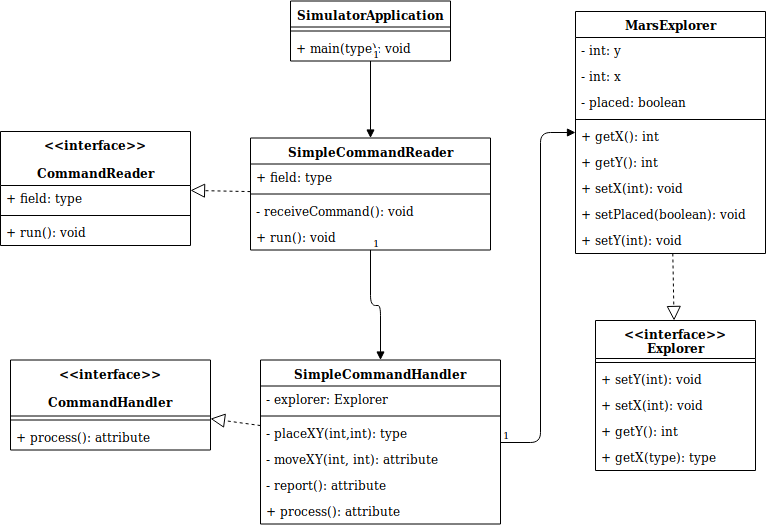
Earlier version of the draw.io export UML.png (Animalone/Mars_Simulator). Source tidied: cells renumbered, new cells last; positions are measured from the earlier drawing's top-left corner, leaving out a move shared by most shapes. Its diagram source:
```xml
<mxGraphModel>
  <root>
    <mxCell id="0" />
    <mxCell id="1" parent="0" />
    <mxCell id="2" value="&lt;&lt;interface&gt;&gt;&#10;&#10;CommandHandler" style="swimlane;fontStyle=1;align=center;verticalAlign=top;horizontal=1;startSize=56;" parent="1" vertex="1">
      <mxGeometry x="10" y="359.5" width="200" height="90" as="geometry" />
    </mxCell>
    <mxCell id="3" style="line;strokeWidth=1;fillColor=none;align=left;verticalAlign=middle;spacingTop=-1;spacingLeft=3;spacingRight=3;labelPosition=right;" parent="2" vertex="1">
      <mxGeometry y="56" width="200" height="8" as="geometry" />
    </mxCell>
    <mxCell id="4" value="+ process(): attribute" style="text;strokeColor=none;fillColor=none;align=left;verticalAlign=top;spacingLeft=4;spacingRight=4;overflow=hidden;" parent="2" vertex="1">
      <mxGeometry y="64" width="200" height="26" as="geometry" />
    </mxCell>
    <mxCell id="5" value="SimulatorApplication" style="swimlane;fontStyle=1;align=center;verticalAlign=top;horizontal=1;startSize=26;" parent="1" vertex="1">
      <mxGeometry x="290" y="0.5" width="160" height="60" as="geometry" />
    </mxCell>
    <mxCell id="6" style="line;strokeWidth=1;fillColor=none;align=left;verticalAlign=middle;spacingTop=-1;spacingLeft=3;spacingRight=3;labelPosition=right;" parent="5" vertex="1">
      <mxGeometry y="26" width="160" height="8" as="geometry" />
    </mxCell>
    <mxCell id="7" value="+ main(type): void" style="text;strokeColor=none;fillColor=none;align=left;verticalAlign=top;spacingLeft=4;spacingRight=4;overflow=hidden;" parent="5" vertex="1">
      <mxGeometry y="34" width="160" height="26" as="geometry" />
    </mxCell>
    <mxCell id="8" value="MarsExplorer" style="swimlane;fontStyle=1;align=center;verticalAlign=top;horizontal=1;startSize=26;" parent="1" vertex="1">
      <mxGeometry x="575" y="11" width="190" height="242" as="geometry" />
    </mxCell>
    <mxCell id="9" value="- int: y" style="text;strokeColor=none;fillColor=none;align=left;verticalAlign=top;spacingLeft=4;spacingRight=4;overflow=hidden;" parent="8" vertex="1">
      <mxGeometry y="26" width="190" height="26" as="geometry" />
    </mxCell>
    <mxCell id="10" value="- int: x&#10;" style="text;strokeColor=none;fillColor=none;align=left;verticalAlign=top;spacingLeft=4;spacingRight=4;overflow=hidden;" parent="8" vertex="1">
      <mxGeometry y="52" width="190" height="26" as="geometry" />
    </mxCell>
    <mxCell id="11" value="- placed: boolean" style="text;strokeColor=none;fillColor=none;align=left;verticalAlign=top;spacingLeft=4;spacingRight=4;overflow=hidden;" parent="8" vertex="1">
      <mxGeometry y="78" width="190" height="26" as="geometry" />
    </mxCell>
    <mxCell id="12" style="line;strokeWidth=1;fillColor=none;align=left;verticalAlign=middle;spacingTop=-1;spacingLeft=3;spacingRight=3;labelPosition=right;" parent="8" vertex="1">
      <mxGeometry y="104" width="190" height="8" as="geometry" />
    </mxCell>
    <mxCell id="13" value="+ getX(): int" style="text;strokeColor=none;fillColor=none;align=left;verticalAlign=top;spacingLeft=4;spacingRight=4;overflow=hidden;" parent="8" vertex="1">
      <mxGeometry y="112" width="190" height="26" as="geometry" />
    </mxCell>
    <mxCell id="14" value="+ getY(): int" style="text;strokeColor=none;fillColor=none;align=left;verticalAlign=top;spacingLeft=4;spacingRight=4;overflow=hidden;" parent="8" vertex="1">
      <mxGeometry y="138" width="190" height="26" as="geometry" />
    </mxCell>
    <mxCell id="15" value="+ setX(int): void" style="text;strokeColor=none;fillColor=none;align=left;verticalAlign=top;spacingLeft=4;spacingRight=4;overflow=hidden;" parent="8" vertex="1">
      <mxGeometry y="164" width="190" height="26" as="geometry" />
    </mxCell>
    <mxCell id="16" value="+ setPlaced(boolean): void" style="text;strokeColor=none;fillColor=none;align=left;verticalAlign=top;spacingLeft=4;spacingRight=4;overflow=hidden;" parent="8" vertex="1">
      <mxGeometry y="190" width="190" height="26" as="geometry" />
    </mxCell>
    <mxCell id="17" value="+ setY(int): void&#10;" style="text;strokeColor=none;fillColor=none;align=left;verticalAlign=top;spacingLeft=4;spacingRight=4;overflow=hidden;" parent="8" vertex="1">
      <mxGeometry y="216" width="190" height="26" as="geometry" />
    </mxCell>
    <mxCell id="18" value="SimpleCommandHandler" style="swimlane;fontStyle=1;align=center;verticalAlign=top;horizontal=1;startSize=26;" parent="1" vertex="1">
      <mxGeometry x="260" y="359.5" width="240" height="164" as="geometry" />
    </mxCell>
    <mxCell id="19" value="- explorer: Explorer" style="text;strokeColor=none;fillColor=none;align=left;verticalAlign=top;spacingLeft=4;spacingRight=4;overflow=hidden;" parent="18" vertex="1">
      <mxGeometry y="26" width="240" height="26" as="geometry" />
    </mxCell>
    <mxCell id="20" style="line;strokeWidth=1;fillColor=none;align=left;verticalAlign=middle;spacingTop=-1;spacingLeft=3;spacingRight=3;labelPosition=right;" parent="18" vertex="1">
      <mxGeometry y="52" width="240" height="8" as="geometry" />
    </mxCell>
    <mxCell id="21" value="- placeXY(int,int): type" style="text;strokeColor=none;fillColor=none;align=left;verticalAlign=top;spacingLeft=4;spacingRight=4;overflow=hidden;" parent="18" vertex="1">
      <mxGeometry y="60" width="240" height="26" as="geometry" />
    </mxCell>
    <mxCell id="22" value="- moveXY(int, int): attribute" style="text;strokeColor=none;fillColor=none;align=left;verticalAlign=top;spacingLeft=4;spacingRight=4;overflow=hidden;" parent="18" vertex="1">
      <mxGeometry y="86" width="240" height="26" as="geometry" />
    </mxCell>
    <mxCell id="23" value="- report(): attribute" style="text;strokeColor=none;fillColor=none;align=left;verticalAlign=top;spacingLeft=4;spacingRight=4;overflow=hidden;" parent="18" vertex="1">
      <mxGeometry y="112" width="240" height="26" as="geometry" />
    </mxCell>
    <mxCell id="24" value="+ process(): attribute" style="text;strokeColor=none;fillColor=none;align=left;verticalAlign=top;spacingLeft=4;spacingRight=4;overflow=hidden;" parent="18" vertex="1">
      <mxGeometry y="138" width="240" height="26" as="geometry" />
    </mxCell>
    <mxCell id="25" value="&lt;&lt;interface&gt;&gt;&#10;Explorer" style="swimlane;fontStyle=1;align=center;verticalAlign=top;horizontal=1;startSize=38;" parent="1" vertex="1">
      <mxGeometry x="595" y="320" width="160" height="150" as="geometry" />
    </mxCell>
    <mxCell id="26" style="line;strokeWidth=1;fillColor=none;align=left;verticalAlign=middle;spacingTop=-1;spacingLeft=3;spacingRight=3;labelPosition=right;" parent="25" vertex="1">
      <mxGeometry y="38" width="160" height="8" as="geometry" />
    </mxCell>
    <mxCell id="27" value="+ setY(int): void&#10;" style="text;strokeColor=none;fillColor=none;align=left;verticalAlign=top;spacingLeft=4;spacingRight=4;overflow=hidden;" parent="25" vertex="1">
      <mxGeometry y="46" width="160" height="26" as="geometry" />
    </mxCell>
    <mxCell id="28" value="+ setX(int): void" style="text;strokeColor=none;fillColor=none;align=left;verticalAlign=top;spacingLeft=4;spacingRight=4;overflow=hidden;" parent="25" vertex="1">
      <mxGeometry y="72" width="160" height="26" as="geometry" />
    </mxCell>
    <mxCell id="29" value="+ getY(): int" style="text;strokeColor=none;fillColor=none;align=left;verticalAlign=top;spacingLeft=4;spacingRight=4;overflow=hidden;" parent="25" vertex="1">
      <mxGeometry y="98" width="160" height="26" as="geometry" />
    </mxCell>
    <mxCell id="30" value="+ getX(type): type" style="text;strokeColor=none;fillColor=none;align=left;verticalAlign=top;spacingLeft=4;spacingRight=4;overflow=hidden;" parent="25" vertex="1">
      <mxGeometry y="124" width="160" height="26" as="geometry" />
    </mxCell>
    <mxCell id="31" style="endArrow=block;dashed=1;endFill=0;endSize=12;html=1;" parent="1" edge="1" source="18" target="2">
      <mxGeometry relative="1" as="geometry" />
    </mxCell>
    <mxCell id="32" style="endArrow=block;dashed=1;endFill=0;endSize=12;html=1;" parent="1" edge="1" source="8" target="25">
      <mxGeometry relative="1" as="geometry" />
    </mxCell>
    <mxCell id="33" value="&lt;&lt;interface&gt;&gt;&#10;&#10;CommandReader" style="swimlane;fontStyle=1;align=center;verticalAlign=top;horizontal=1;startSize=54;" parent="1" vertex="1">
      <mxGeometry y="131" width="190" height="114" as="geometry" />
    </mxCell>
    <mxCell id="34" value="+ field: type" style="text;strokeColor=none;fillColor=none;align=left;verticalAlign=top;spacingLeft=4;spacingRight=4;overflow=hidden;" parent="33" vertex="1">
      <mxGeometry y="54" width="190" height="26" as="geometry" />
    </mxCell>
    <mxCell id="35" style="line;strokeWidth=1;fillColor=none;align=left;verticalAlign=middle;spacingTop=-1;spacingLeft=3;spacingRight=3;labelPosition=right;" parent="33" vertex="1">
      <mxGeometry y="80" width="190" height="8" as="geometry" />
    </mxCell>
    <mxCell id="36" value="+ run(): void" style="text;strokeColor=none;fillColor=none;align=left;verticalAlign=top;spacingLeft=4;spacingRight=4;overflow=hidden;" parent="33" vertex="1">
      <mxGeometry y="88" width="190" height="26" as="geometry" />
    </mxCell>
    <mxCell id="37" value="SimpleCommandReader" style="swimlane;fontStyle=1;align=center;verticalAlign=top;horizontal=1;startSize=26;" parent="1" vertex="1">
      <mxGeometry x="250" y="137.5" width="240" height="112" as="geometry" />
    </mxCell>
    <mxCell id="38" value="+ field: type" style="text;strokeColor=none;fillColor=none;align=left;verticalAlign=top;spacingLeft=4;spacingRight=4;overflow=hidden;" parent="37" vertex="1">
      <mxGeometry y="26" width="240" height="26" as="geometry" />
    </mxCell>
    <mxCell id="39" style="line;strokeWidth=1;fillColor=none;align=left;verticalAlign=middle;spacingTop=-1;spacingLeft=3;spacingRight=3;labelPosition=right;" parent="37" vertex="1">
      <mxGeometry y="52" width="240" height="8" as="geometry" />
    </mxCell>
    <mxCell id="40" value="- receiveCommand(): void" style="text;strokeColor=none;fillColor=none;align=left;verticalAlign=top;spacingLeft=4;spacingRight=4;overflow=hidden;" parent="37" vertex="1">
      <mxGeometry y="60" width="240" height="26" as="geometry" />
    </mxCell>
    <mxCell id="41" value="+ run(): void" style="text;strokeColor=none;fillColor=none;align=left;verticalAlign=top;spacingLeft=4;spacingRight=4;overflow=hidden;" parent="37" vertex="1">
      <mxGeometry y="86" width="240" height="26" as="geometry" />
    </mxCell>
    <mxCell id="42" style="endArrow=block;dashed=1;endFill=0;endSize=12;html=1;" parent="1" edge="1" source="37" target="33">
      <mxGeometry relative="1" as="geometry" />
    </mxCell>
    <mxCell id="43" style="endArrow=block;endFill=1;html=1;edgeStyle=orthogonalEdgeStyle;align=left;verticalAlign=top;" parent="1" edge="1" source="5" target="37">
      <mxGeometry x="-0.56" y="20" relative="1" as="geometry" />
    </mxCell>
    <mxCell id="44" value="1" style="html=1;align=left;verticalAlign=bottom;labelBackgroundColor=#ffffff;fontSize=10;" parent="43" vertex="1">
      <mxGeometry x="-1" relative="1" as="geometry" />
    </mxCell>
    <mxCell id="45" style="endArrow=block;endFill=1;html=1;edgeStyle=orthogonalEdgeStyle;align=left;verticalAlign=top;" parent="1" edge="1" source="37" target="18">
      <mxGeometry x="-1" relative="1" as="geometry" />
    </mxCell>
    <mxCell id="46" value="1" style="html=1;align=left;verticalAlign=bottom;labelBackgroundColor=#ffffff;fontSize=10;" parent="45" vertex="1">
      <mxGeometry x="-1" relative="1" as="geometry" />
    </mxCell>
    <mxCell id="47" style="endArrow=block;endFill=1;html=1;edgeStyle=orthogonalEdgeStyle;align=left;verticalAlign=top;" parent="1" edge="1" source="18" target="8">
      <mxGeometry x="-1" relative="1" as="geometry">
        <Array as="points">
          <mxPoint x="540" y="442" />
          <mxPoint x="540" y="132" />
        </Array>
      </mxGeometry>
    </mxCell>
    <mxCell id="48" value="1" style="html=1;align=left;verticalAlign=bottom;labelBackgroundColor=#ffffff;fontSize=10;" parent="47" vertex="1">
      <mxGeometry x="-1" relative="1" as="geometry" />
    </mxCell>
  </root>
</mxGraphModel>
```
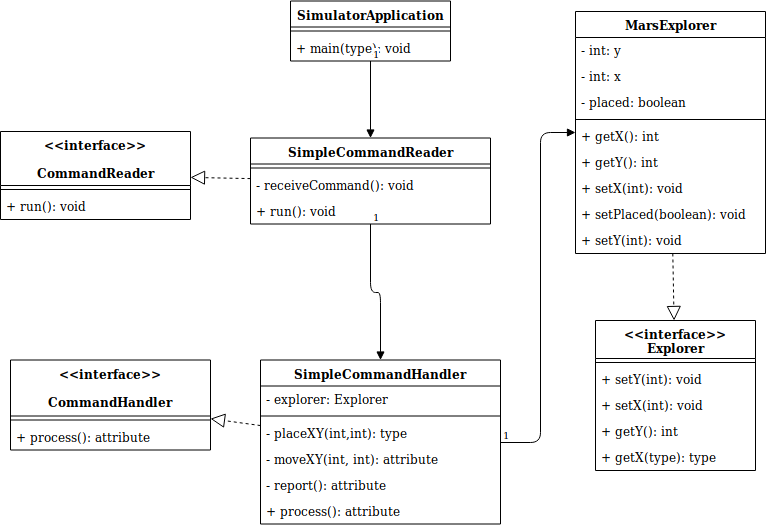
Above is the later version.

Commit message:
refine UML, unnecessary attributes removed

The edit, as a diff of the source:
```diff
@@ -96,31 +96,25 @@
       <mxGeometry relative="1" as="geometry" />
     </mxCell>
     <mxCell id="33" value="&lt;&lt;interface&gt;&gt;&#10;&#10;CommandReader" style="swimlane;fontStyle=1;align=center;verticalAlign=top;horizontal=1;startSize=54;" parent="1" vertex="1">
-      <mxGeometry y="131" width="190" height="114" as="geometry" />
+      <mxGeometry y="131" width="190" height="88" as="geometry" />
     </mxCell>
-    <mxCell id="34" value="+ field: type" style="text;strokeColor=none;fillColor=none;align=left;verticalAlign=top;spacingLeft=4;spacingRight=4;overflow=hidden;" parent="33" vertex="1">
-      <mxGeometry y="54" width="190" height="26" as="geometry" />
-    </mxCell>
     <mxCell id="35" style="line;strokeWidth=1;fillColor=none;align=left;verticalAlign=middle;spacingTop=-1;spacingLeft=3;spacingRight=3;labelPosition=right;" parent="33" vertex="1">
-      <mxGeometry y="80" width="190" height="8" as="geometry" />
+      <mxGeometry y="54" width="190" height="8" as="geometry" />
     </mxCell>
     <mxCell id="36" value="+ run(): void" style="text;strokeColor=none;fillColor=none;align=left;verticalAlign=top;spacingLeft=4;spacingRight=4;overflow=hidden;" parent="33" vertex="1">
-      <mxGeometry y="88" width="190" height="26" as="geometry" />
+      <mxGeometry y="62" width="190" height="26" as="geometry" />
     </mxCell>
     <mxCell id="37" value="SimpleCommandReader" style="swimlane;fontStyle=1;align=center;verticalAlign=top;horizontal=1;startSize=26;" parent="1" vertex="1">
-      <mxGeometry x="250" y="137.5" width="240" height="112" as="geometry" />
+      <mxGeometry x="250" y="137.5" width="240" height="86" as="geometry" />
     </mxCell>
-    <mxCell id="38" value="+ field: type" style="text;strokeColor=none;fillColor=none;align=left;verticalAlign=top;spacingLeft=4;spacingRight=4;overflow=hidden;" parent="37" vertex="1">
-      <mxGeometry y="26" width="240" height="26" as="geometry" />
-    </mxCell>
     <mxCell id="39" style="line;strokeWidth=1;fillColor=none;align=left;verticalAlign=middle;spacingTop=-1;spacingLeft=3;spacingRight=3;labelPosition=right;" parent="37" vertex="1">
-      <mxGeometry y="52" width="240" height="8" as="geometry" />
+      <mxGeometry y="26" width="240" height="8" as="geometry" />
     </mxCell>
     <mxCell id="40" value="- receiveCommand(): void" style="text;strokeColor=none;fillColor=none;align=left;verticalAlign=top;spacingLeft=4;spacingRight=4;overflow=hidden;" parent="37" vertex="1">
-      <mxGeometry y="60" width="240" height="26" as="geometry" />
+      <mxGeometry y="34" width="240" height="26" as="geometry" />
     </mxCell>
     <mxCell id="41" value="+ run(): void" style="text;strokeColor=none;fillColor=none;align=left;verticalAlign=top;spacingLeft=4;spacingRight=4;overflow=hidden;" parent="37" vertex="1">
-      <mxGeometry y="86" width="240" height="26" as="geometry" />
+      <mxGeometry y="60" width="240" height="26" as="geometry" />
     </mxCell>
     <mxCell id="42" style="endArrow=block;dashed=1;endFill=0;endSize=12;html=1;" parent="1" edge="1" source="37" target="33">
       <mxGeometry relative="1" as="geometry" />
```
